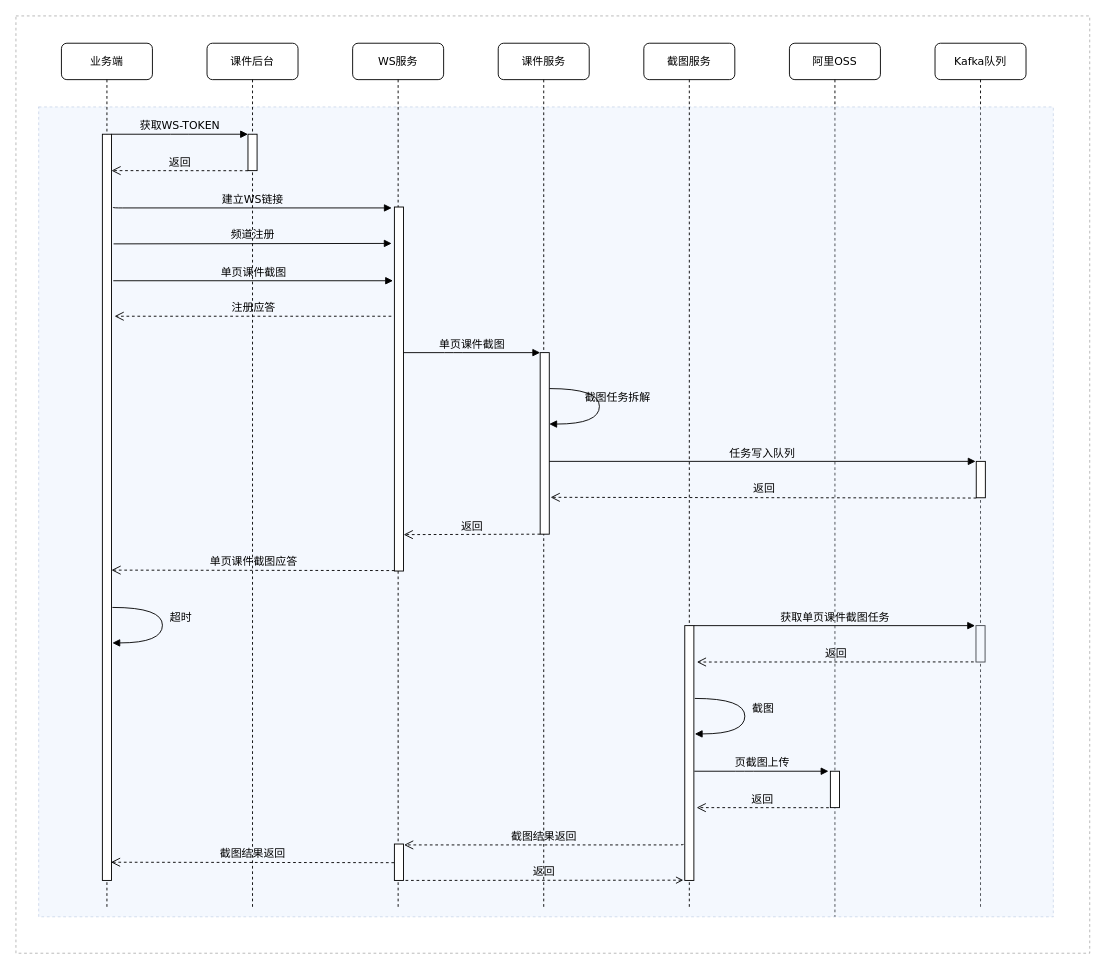
This is cw3-release.drawio from huanjiesm/courseware-draw, a draw.io file, before an edit. Source tidied: cells renumbered, new cells numbered last; positions are measured from the earlier drawing's top-left corner, leaving out a move shared by most shapes. Both pictures are drawn from the tidied source at 91%, with x=0, y=0 at pixel (15, 15).
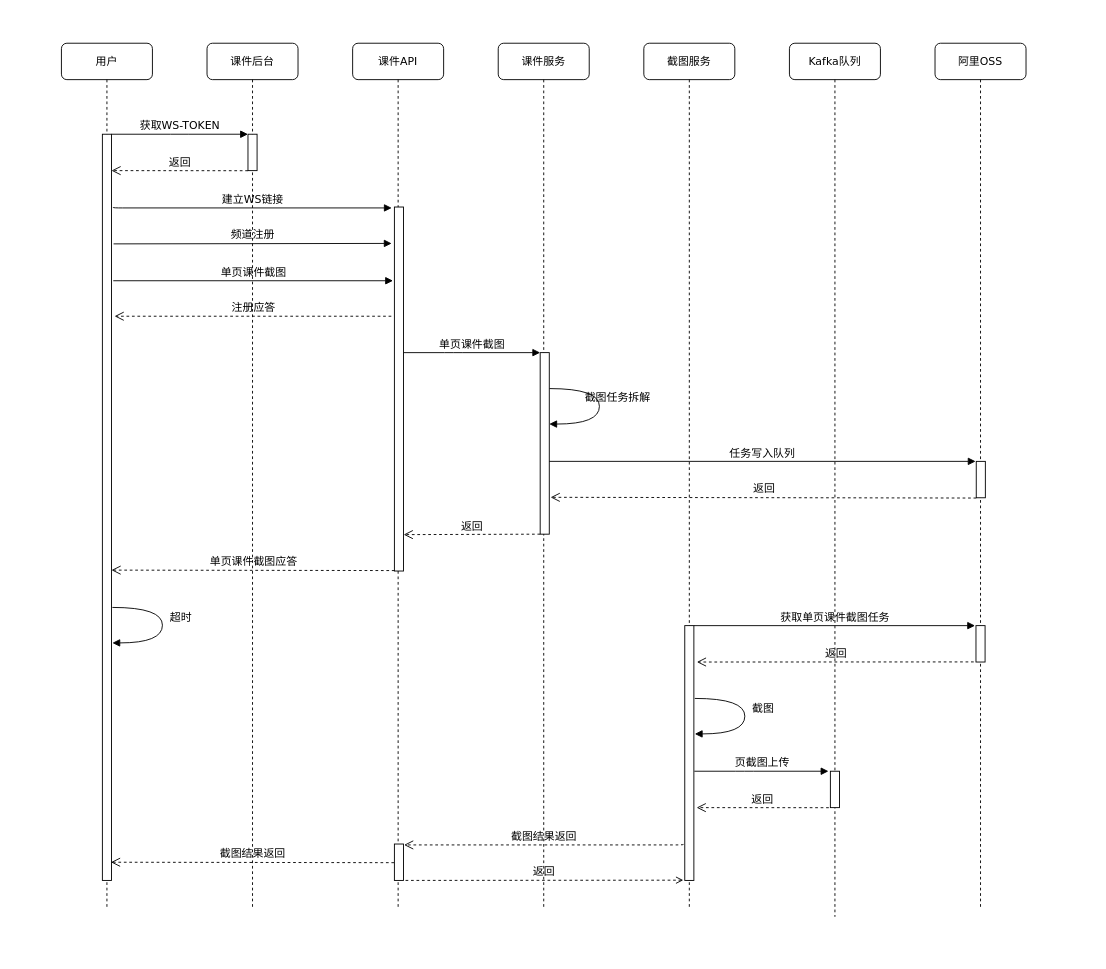
After the change.

Change to the diagram source:
```diff
@@
-    <mxCell id="2" style="rounded=0;whiteSpace=wrap;html=1;dashed=1;opacity=30;" parent="1" vertex="1">
-      <mxGeometry width="1180" height="1030" as="geometry" />
-    </mxCell>
-    <mxCell id="3" value="Kafka队列" style="shape=umlLifeline;perimeter=lifelinePerimeter;whiteSpace=wrap;html=1;rounded=1;shadow=0;comic=0;labelBackgroundColor=none;strokeWidth=1;fontFamily=Verdana;fontSize=12;align=center;" parent="1" vertex="1">
+    <mxCell id="3" value="阿里OSS" style="shape=umlLifeline;perimeter=lifelinePerimeter;whiteSpace=wrap;html=1;rounded=1;shadow=0;comic=0;labelBackgroundColor=none;strokeWidth=1;fontFamily=Verdana;fontSize=12;align=center;" parent="1" vertex="1">
       <mxGeometry x="1010" y="30" width="100" height="950" as="geometry" />
     </mxCell>
@@
-    <mxCell id="5" value="阿里OSS" style="shape=umlLifeline;perimeter=lifelinePerimeter;whiteSpace=wrap;html=1;rounded=1;shadow=0;comic=0;labelBackgroundColor=none;strokeWidth=1;fontFamily=Verdana;fontSize=12;align=center;" parent="1" vertex="1">
+    <mxCell id="5" value="Kafka队列" style="shape=umlLifeline;perimeter=lifelinePerimeter;whiteSpace=wrap;html=1;rounded=1;shadow=0;comic=0;labelBackgroundColor=none;strokeWidth=1;fontFamily=Verdana;fontSize=12;align=center;" parent="1" vertex="1">
       <mxGeometry x="850" y="30" width="100" height="960" as="geometry" />
     </mxCell>
-    <mxCell id="6" style="rounded=0;whiteSpace=wrap;html=1;opacity=30;fillColor=#dae8fc;strokeColor=#6c8ebf;dashed=1;" parent="5" vertex="1">
-      <mxGeometry x="-825" y="70" width="1115" height="890" as="geometry" />
-    </mxCell>
@@
-    <mxCell id="11" value="WS服务" style="shape=umlLifeline;perimeter=lifelinePerimeter;whiteSpace=wrap;html=1;rounded=1;shadow=0;comic=0;labelBackgroundColor=none;strokeWidth=1;fontFamily=Verdana;fontSize=12;align=center;" parent="1" vertex="1">
+    <mxCell id="11" value="课件API" style="shape=umlLifeline;perimeter=lifelinePerimeter;whiteSpace=wrap;html=1;rounded=1;shadow=0;comic=0;labelBackgroundColor=none;strokeWidth=1;fontFamily=Verdana;fontSize=12;align=center;" parent="1" vertex="1">
       <mxGeometry x="370" y="30" width="100" height="950" as="geometry" />
     </mxCell>
@@
-    <mxCell id="24" value="业务端" style="shape=umlLifeline;perimeter=lifelinePerimeter;whiteSpace=wrap;html=1;rounded=1;shadow=0;comic=0;labelBackgroundColor=none;strokeWidth=1;fontFamily=Verdana;fontSize=12;align=center;" parent="1" vertex="1">
+    <mxCell id="24" value="用户" style="shape=umlLifeline;perimeter=lifelinePerimeter;whiteSpace=wrap;html=1;rounded=1;shadow=0;comic=0;labelBackgroundColor=none;strokeWidth=1;fontFamily=Verdana;fontSize=12;align=center;" parent="1" vertex="1">
       <mxGeometry x="50" y="30" width="100" height="950" as="geometry" />
     </mxCell>
```
